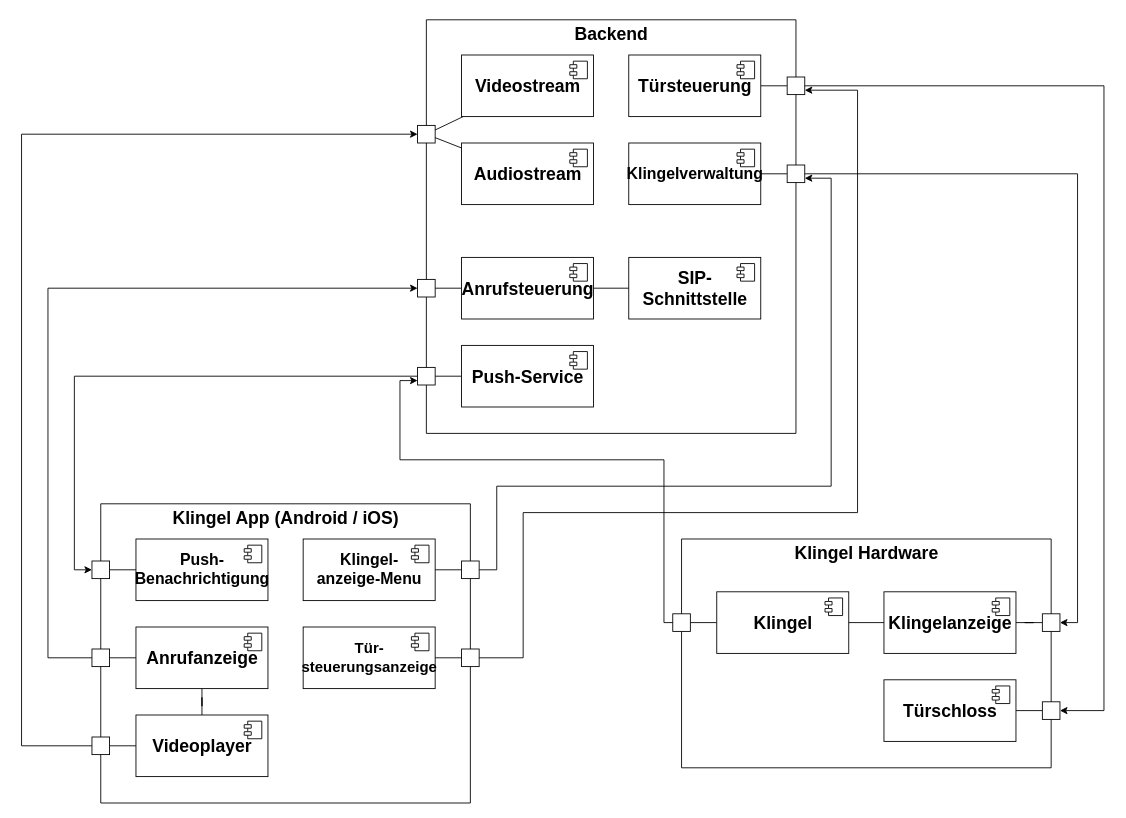
WHS-SWT-P35-WiSe22-23/praktikum keeps this draw.io diagram as Semesterprojekt/assets/diagrams/Komponentendiagramm.drawio. Above is the earlier version. Source tidied: cells renumbered, new cells numbered last; positions are measured from the earlier drawing's top-left corner, leaving out a move shared by most shapes. Both pictures are drawn from the tidied source at 88%, with x=0, y=0 at pixel (21, 15).
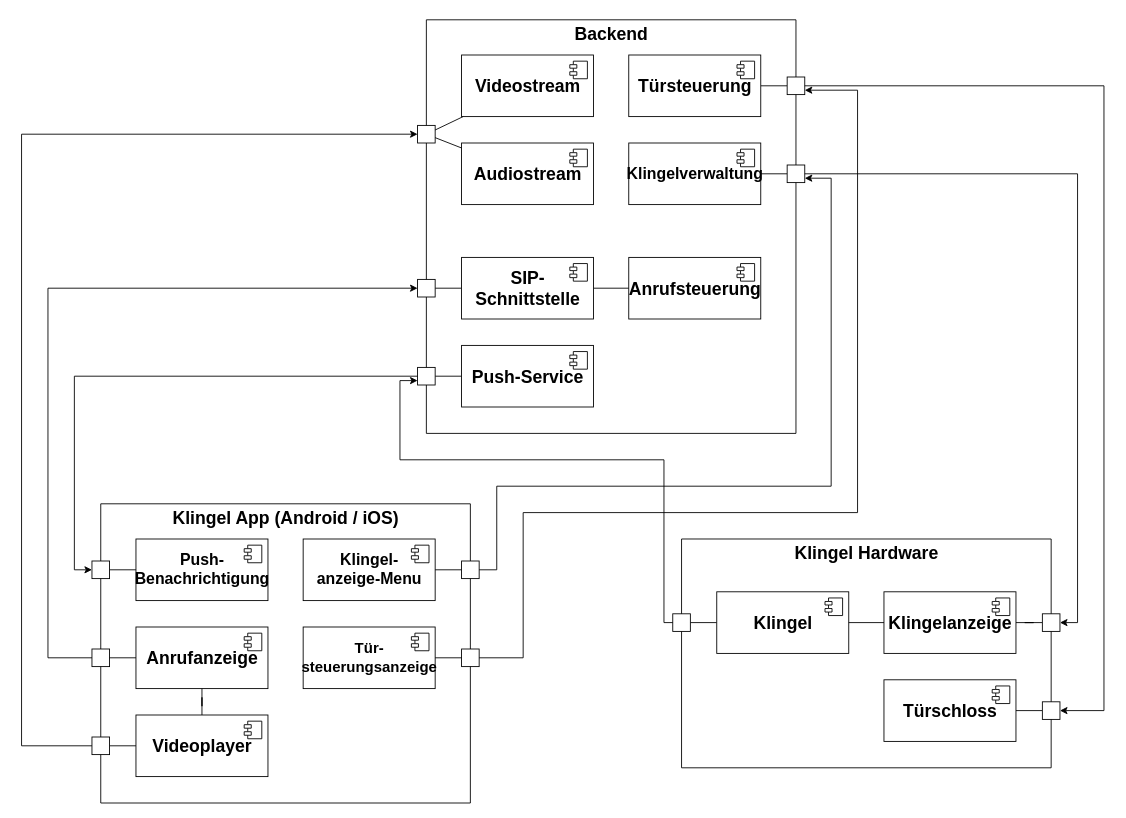
The same diagram, later.

The change refers to these unchanged cells:
```xml
<mxCell id="2" style="swimlane;startSize=0;rounded=0;shadow=0;glass=0;sketch=0;gradientColor=none;" parent="1" vertex="1">
  <mxGeometry x="460" y="5" width="420" height="470" as="geometry" />
</mxCell>
```

The edit, as a diff of the source:
```diff
@@
-    <mxCell id="12" value="SIP-&lt;br&gt;Schnittstelle" style="html=1;rounded=0;labelBackgroundColor=none;fontStyle=1;fontSize=20;" parent="2" vertex="1">
+    <mxCell id="12" value="Anrufsteuerung" style="html=1;rounded=0;labelBackgroundColor=none;fontStyle=1;fontSize=20;" parent="2" vertex="1">
       <mxGeometry x="230" y="270" width="150" height="70" as="geometry" />
     </mxCell>
@@
-    <mxCell id="18" value="Anrufsteuerung" style="html=1;rounded=0;labelBackgroundColor=none;fontStyle=1;fontSize=20;" parent="2" vertex="1">
+    <mxCell id="18" value="SIP-&lt;br&gt;Schnittstelle" style="html=1;rounded=0;labelBackgroundColor=none;fontStyle=1;fontSize=20;" parent="2" vertex="1">
       <mxGeometry x="40" y="270" width="150" height="70" as="geometry" />
     </mxCell>
```
